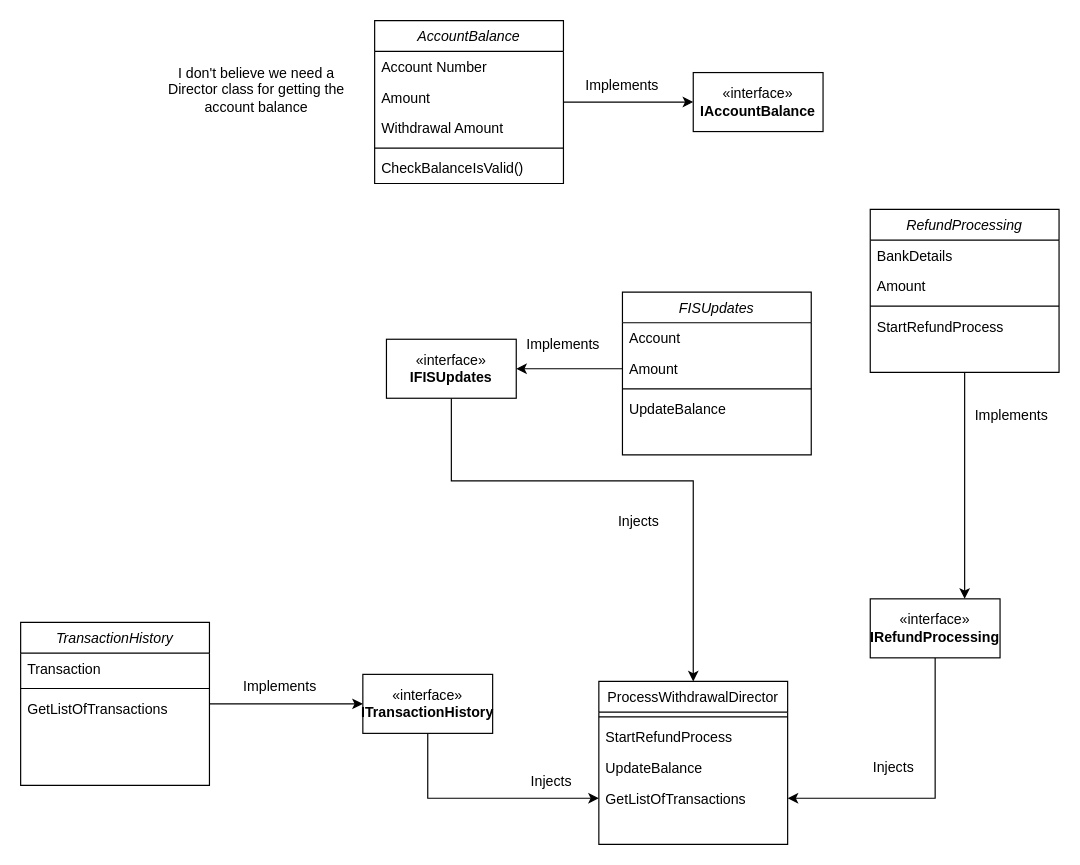
Above: CashWithdrawalsClassDiagram.drawio in mattwatts36/drawings (draw.io), before the change. Source tidied: cells renumbered, new cells numbered last; positions are measured from the earlier drawing's top-left corner, leaving out a move shared by most shapes. Both pictures are drawn from the tidied source at 118%, with x=0, y=0 at pixel (20, 20).
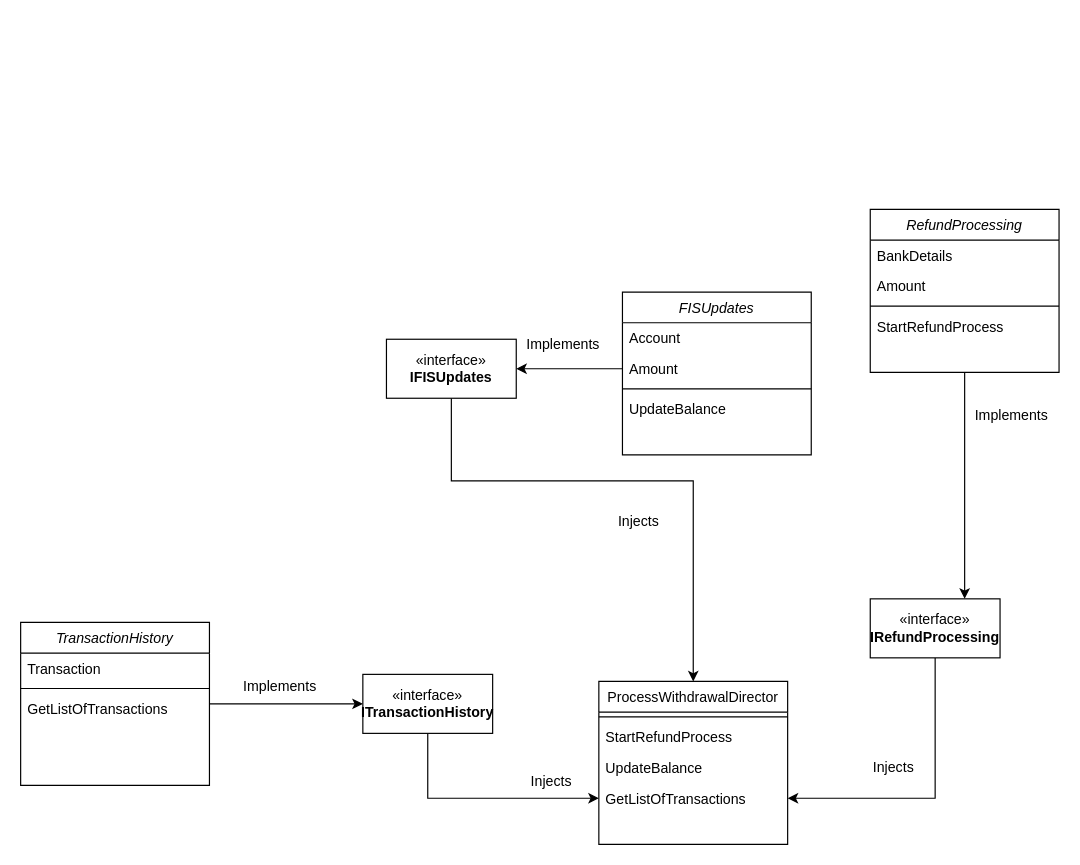
Above is the later version.

The edit, as a diff of the source:
```diff
@@
-    <mxCell id="2" style="edgeStyle=orthogonalEdgeStyle;rounded=0;jettySize=auto;html=1;" parent="1" edge="1" source="3" target="33">
-      <mxGeometry relative="1" as="geometry" />
-    </mxCell>
-    <mxCell id="3" value="AccountBalance" style="swimlane;fontStyle=2;align=center;verticalAlign=top;horizontal=1;startSize=26;rounded=0;shadow=0;strokeWidth=1;" parent="1" vertex="1">
-      <mxGeometry x="300" width="160" height="138" as="geometry" />
-    </mxCell>
-    <mxCell id="4" value="Account Number" style="text;align=left;verticalAlign=top;spacingLeft=4;spacingRight=4;overflow=hidden;" parent="3" vertex="1">
-      <mxGeometry y="26" width="160" height="26" as="geometry" />
-    </mxCell>
-    <mxCell id="5" value="Amount" style="text;align=left;verticalAlign=top;spacingLeft=4;spacingRight=4;overflow=hidden;rounded=0;shadow=0;html=0;" parent="3" vertex="1">
-      <mxGeometry y="52" width="160" height="26" as="geometry" />
-    </mxCell>
-    <mxCell id="6" value="Withdrawal Amount" style="text;align=left;verticalAlign=top;spacingLeft=4;spacingRight=4;overflow=hidden;rounded=0;shadow=0;html=0;" parent="3" vertex="1">
-      <mxGeometry y="78" width="160" height="26" as="geometry" />
-    </mxCell>
-    <mxCell id="7" style="line;html=1;strokeWidth=1;align=left;verticalAlign=middle;spacingTop=-1;spacingLeft=3;spacingRight=3;labelPosition=right;" parent="3" vertex="1">
-      <mxGeometry y="104" width="160" height="8" as="geometry" />
-    </mxCell>
-    <mxCell id="8" value="CheckBalanceIsValid()" style="text;align=left;verticalAlign=top;spacingLeft=4;spacingRight=4;overflow=hidden;" parent="3" vertex="1">
-      <mxGeometry y="112" width="160" height="26" as="geometry" />
-    </mxCell>
@@
-    <mxCell id="32" value="I don't believe we need a Director class for getting the account balance" style="text;html=1;strokeColor=none;fillColor=none;align=center;verticalAlign=middle;whiteSpace=wrap;rounded=0;" parent="1" vertex="1">
-      <mxGeometry x="120" y="44" width="160" height="30" as="geometry" />
-    </mxCell>
-    <mxCell id="33" value="«interface»&lt;br&gt;&lt;b&gt;IAccountBalance&lt;/b&gt;" style="html=1;whiteSpace=wrap;" parent="1" vertex="1">
-      <mxGeometry x="570" y="44" width="110" height="50" as="geometry" />
-    </mxCell>
@@
-    <mxCell id="42" value="Implements" style="text;html=1;strokeColor=none;fillColor=none;align=center;verticalAlign=middle;whiteSpace=wrap;rounded=0;" parent="1" vertex="1">
-      <mxGeometry x="480" y="40" width="60" height="30" as="geometry" />
-    </mxCell>
```
